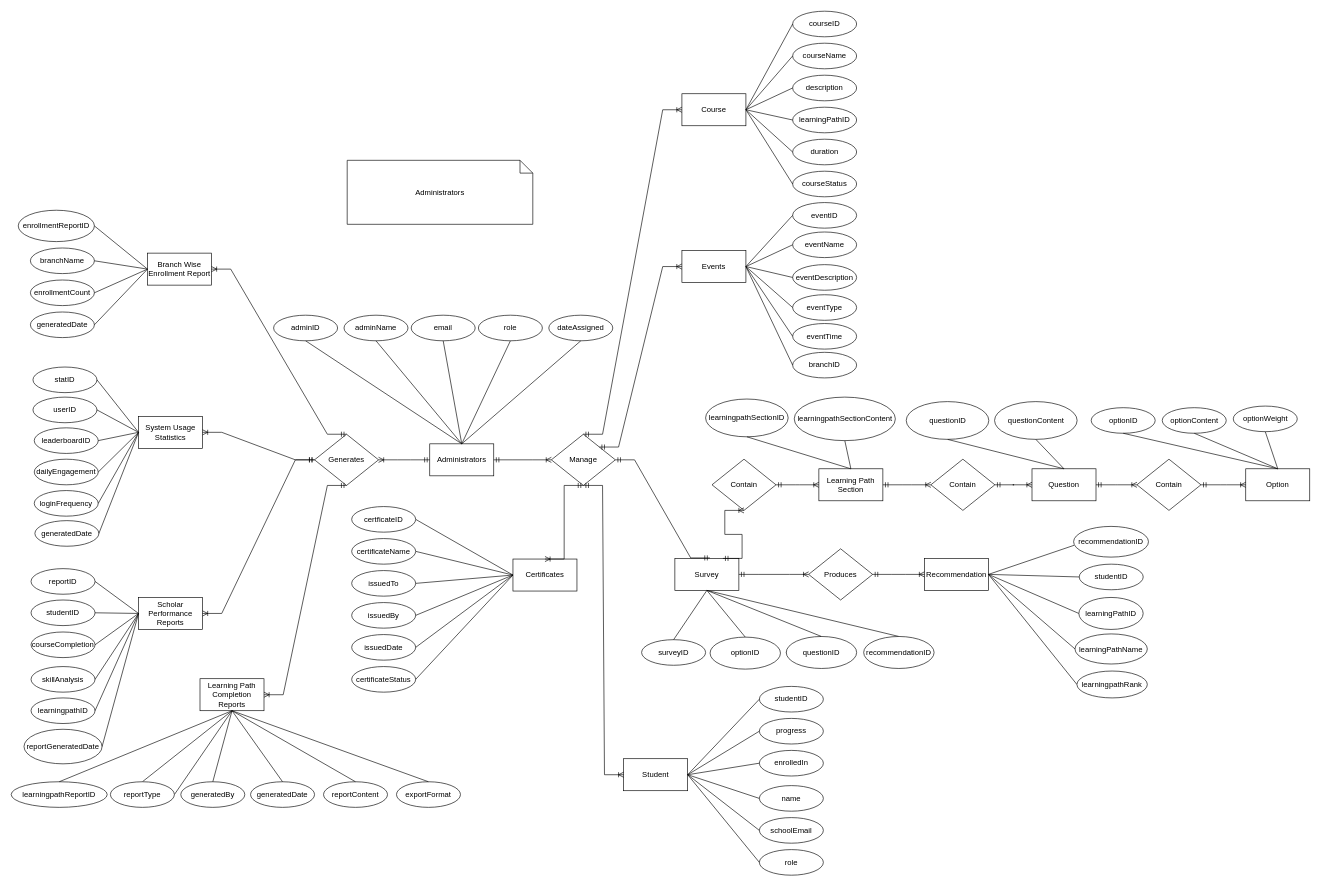
Earlier version of the draw.io diagram page "Page-4" (2 of 4) of SL-Activities/Task121/.drawio (rnrhltn/javanc3uc1). Source tidied: cells renumbered, new cells numbered last; positions are measured from the earlier drawing's top-left corner, leaving out a move shared by most shapes. Both pictures are drawn from the tidied source at 64%, with x=0, y=0 at pixel (11, 11).
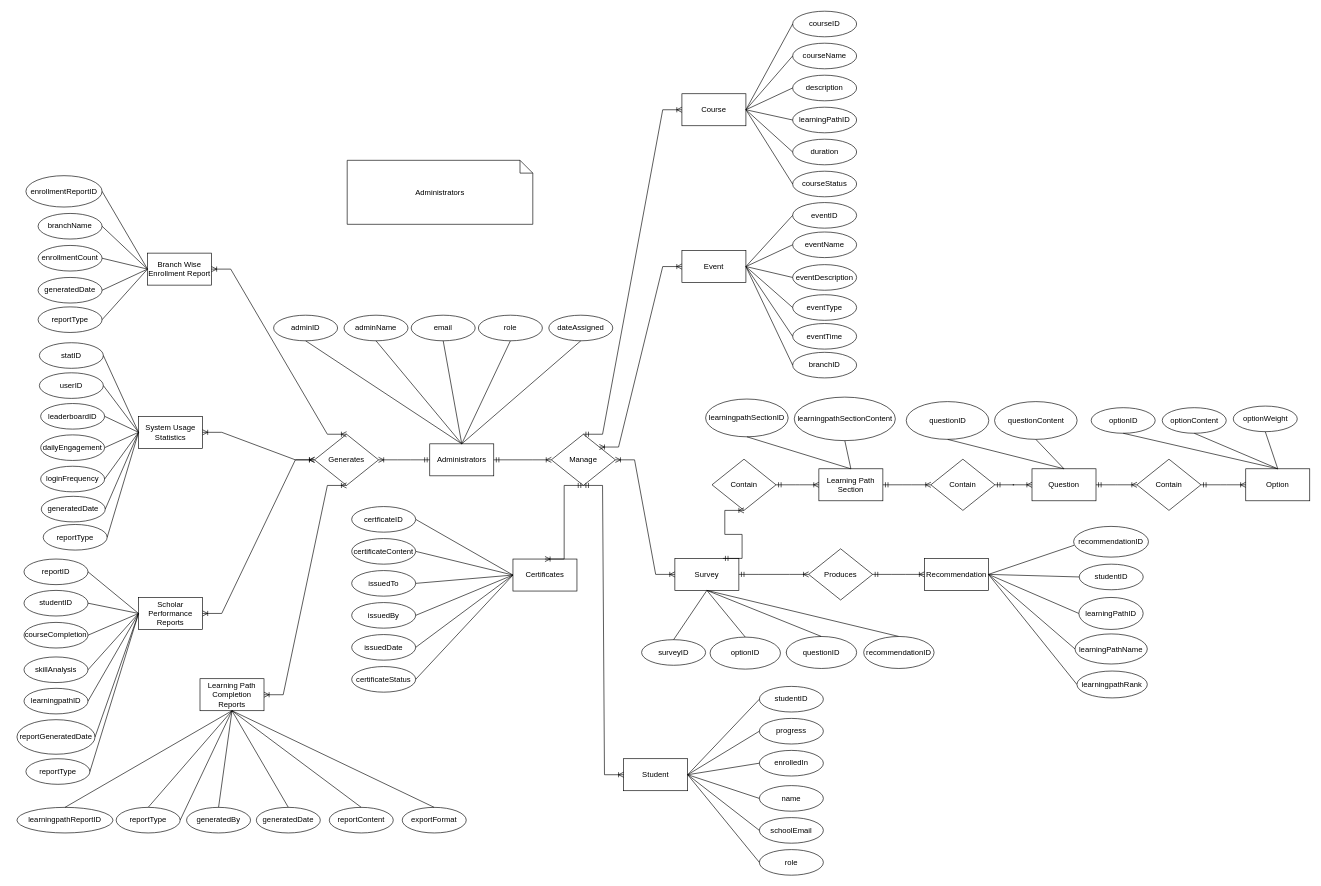
The same page after the edit.

The change refers to these unchanged cells:
```xml
<mxCell id="4" value="Manage" style="shape=rhombus;html=1;dashed=0;whiteSpace=wrap;perimeter=rhombusPerimeter;" parent="1" vertex="1">
  <mxGeometry x="844" y="661" width="100" height="80" as="geometry" />
</mxCell>
<mxCell id="13" value="Generates" style="shape=rhombus;html=1;dashed=0;whiteSpace=wrap;perimeter=rhombusPerimeter;" parent="1" vertex="1">
  <mxGeometry x="474" y="661" width="100" height="80" as="geometry" />
</mxCell>
<mxCell id="14" value="Branch Wise Enrollment Report" style="html=1;dashed=0;whiteSpace=wrap;" parent="1" vertex="1">
  <mxGeometry x="213" y="378" width="100" height="50" as="geometry" />
</mxCell>
<mxCell id="76" value="Learning Path Completion Reports" style="html=1;dashed=0;whiteSpace=wrap;" parent="1" vertex="1">
  <mxGeometry x="295" y="1043" width="100" height="50" as="geometry" />
</mxCell>
<mxCell id="89" value="System Usage Statistics" style="html=1;dashed=0;whiteSpace=wrap;" parent="1" vertex="1">
  <mxGeometry x="199" y="633" width="100" height="50" as="geometry" />
</mxCell>
<mxCell id="90" value="Scholar Performance Reports" style="html=1;dashed=0;whiteSpace=wrap;" parent="1" vertex="1">
  <mxGeometry x="199" y="916" width="100" height="50" as="geometry" />
</mxCell>
<mxCell id="137" value="Survey" style="html=1;dashed=0;whiteSpace=wrap;" parent="1" vertex="1">
  <mxGeometry x="1037" y="855" width="100" height="50" as="geometry" />
</mxCell>
```

Diff of the diagram source:
```diff
@@
-    <mxCell id="16" style="edgeStyle=entityRelationEdgeStyle;fontSize=12;html=1;endArrow=ERoneToMany;startArrow=ERmandOne;rounded=0;exitX=0.5;exitY=0;exitDx=0;exitDy=0;entryX=1;entryY=0.5;entryDx=0;entryDy=0;" parent="1" edge="1" source="13" target="14">
-      <mxGeometry relative="1" as="geometry" />
-    </mxCell>
     <mxCell id="17" value="enrollmentReportID" style="ellipse;whiteSpace=wrap;html=1;align=center;" parent="1" vertex="1">
-      <mxGeometry x="11" y="311" width="119" height="49" as="geometry" />
+      <mxGeometry x="23" y="257" width="119" height="49" as="geometry" />
     </mxCell>
@@
     <mxCell id="29" value="branchName" style="ellipse;whiteSpace=wrap;html=1;align=center;" parent="1" vertex="1">
-      <mxGeometry x="30" y="370" width="100" height="40" as="geometry" />
+      <mxGeometry x="42" y="316" width="100" height="40" as="geometry" />
     </mxCell>
     <mxCell id="30" value="enrollmentCount" style="ellipse;whiteSpace=wrap;html=1;align=center;" parent="1" vertex="1">
-      <mxGeometry x="30" y="420" width="100" height="40" as="geometry" />
+      <mxGeometry x="42" y="366" width="100" height="40" as="geometry" />
     </mxCell>
     <mxCell id="31" value="generatedDate" style="ellipse;whiteSpace=wrap;html=1;align=center;" parent="1" vertex="1">
-      <mxGeometry x="30" y="470" width="100" height="40" as="geometry" />
+      <mxGeometry x="42" y="416" width="100" height="40" as="geometry" />
     </mxCell>
@@
-    <mxCell id="67" value="certificateName" style="ellipse;whiteSpace=wrap;html=1;align=center;" parent="1" vertex="1">
+    <mxCell id="67" value="certificateContent" style="ellipse;whiteSpace=wrap;html=1;align=center;" parent="1" vertex="1">
       <mxGeometry x="532" y="824" width="100" height="40" as="geometry" />
     </mxCell>
@@
     <mxCell id="77" value="learningpathReportID" style="ellipse;whiteSpace=wrap;html=1;align=center;" parent="1" vertex="1">
-      <mxGeometry y="1204" width="150" height="40" as="geometry" />
+      <mxGeometry x="9" y="1244" width="150" height="40" as="geometry" />
     </mxCell>
@@
     <mxCell id="79" value="generatedBy" style="ellipse;whiteSpace=wrap;html=1;align=center;" parent="1" vertex="1">
-      <mxGeometry x="265" y="1204" width="100" height="40" as="geometry" />
+      <mxGeometry x="274" y="1244" width="100" height="40" as="geometry" />
     </mxCell>
     <mxCell id="80" value="generatedDate" style="ellipse;whiteSpace=wrap;html=1;align=center;" parent="1" vertex="1">
-      <mxGeometry x="374" y="1204" width="100" height="40" as="geometry" />
+      <mxGeometry x="383" y="1244" width="100" height="40" as="geometry" />
     </mxCell>
     <mxCell id="81" value="reportContent" style="ellipse;whiteSpace=wrap;html=1;align=center;" parent="1" vertex="1">
-      <mxGeometry x="488" y="1204" width="100" height="40" as="geometry" />
+      <mxGeometry x="497" y="1244" width="100" height="40" as="geometry" />
     </mxCell>
@@
     <mxCell id="86" value="exportFormat" style="ellipse;whiteSpace=wrap;html=1;align=center;" parent="1" vertex="1">
-      <mxGeometry x="602" y="1204" width="100" height="40" as="geometry" />
+      <mxGeometry x="611" y="1244" width="100" height="40" as="geometry" />
     </mxCell>
@@
-    <mxCell id="88" style="edgeStyle=entityRelationEdgeStyle;fontSize=12;html=1;endArrow=ERoneToMany;startArrow=ERmandOne;rounded=0;exitX=0.5;exitY=1;exitDx=0;exitDy=0;entryX=1;entryY=0.5;entryDx=0;entryDy=0;" parent="1" edge="1" source="13" target="76">
-      <mxGeometry relative="1" as="geometry" />
-    </mxCell>
@@
     <mxCell id="91" value="statID" style="ellipse;whiteSpace=wrap;html=1;align=center;" parent="1" vertex="1">
-      <mxGeometry x="34" y="556" width="100" height="40" as="geometry" />
+      <mxGeometry x="44" y="518" width="100" height="40" as="geometry" />
     </mxCell>
     <mxCell id="92" value="userID" style="ellipse;whiteSpace=wrap;html=1;align=center;" parent="1" vertex="1">
-      <mxGeometry x="34" y="603" width="100" height="40" as="geometry" />
+      <mxGeometry x="44" y="565" width="100" height="40" as="geometry" />
     </mxCell>
     <mxCell id="93" value="loginFrequency" style="ellipse;whiteSpace=wrap;html=1;align=center;" parent="1" vertex="1">
-      <mxGeometry x="36" y="749" width="100" height="40" as="geometry" />
+      <mxGeometry x="46" y="711" width="100" height="40" as="geometry" />
     </mxCell>
     <mxCell id="94" value="dailyEngagement" style="ellipse;whiteSpace=wrap;html=1;align=center;" parent="1" vertex="1">
-      <mxGeometry x="36" y="700" width="100" height="40" as="geometry" />
+      <mxGeometry x="46" y="662" width="100" height="40" as="geometry" />
     </mxCell>
     <mxCell id="95" value="leaderboardID" style="ellipse;whiteSpace=wrap;html=1;align=center;" parent="1" vertex="1">
-      <mxGeometry x="36" y="651" width="100" height="40" as="geometry" />
+      <mxGeometry x="46" y="613" width="100" height="40" as="geometry" />
     </mxCell>
     <mxCell id="96" value="reportID" style="ellipse;whiteSpace=wrap;html=1;align=center;" parent="1" vertex="1">
-      <mxGeometry x="31" y="871" width="100" height="40" as="geometry" />
+      <mxGeometry x="20" y="856" width="100" height="40" as="geometry" />
     </mxCell>
     <mxCell id="97" value="studentID" style="ellipse;whiteSpace=wrap;html=1;align=center;" parent="1" vertex="1">
-      <mxGeometry x="31" y="920" width="100" height="40" as="geometry" />
+      <mxGeometry x="20" y="905" width="100" height="40" as="geometry" />
     </mxCell>
     <mxCell id="98" value="courseCompletion" style="ellipse;whiteSpace=wrap;html=1;align=center;" parent="1" vertex="1">
-      <mxGeometry x="31" y="970" width="100" height="40" as="geometry" />
+      <mxGeometry x="20" y="955" width="100" height="40" as="geometry" />
     </mxCell>
     <mxCell id="99" value="skillAnalysis" style="ellipse;whiteSpace=wrap;html=1;align=center;" parent="1" vertex="1">
-      <mxGeometry x="31" y="1024" width="100" height="40" as="geometry" />
+      <mxGeometry x="20" y="1009" width="100" height="40" as="geometry" />
     </mxCell>
     <mxCell id="100" value="learningpathID" style="ellipse;whiteSpace=wrap;html=1;align=center;" parent="1" vertex="1">
-      <mxGeometry x="31" y="1073" width="100" height="40" as="geometry" />
+      <mxGeometry x="20" y="1058" width="100" height="40" as="geometry" />
     </mxCell>
     <mxCell id="101" value="generatedDate" style="ellipse;whiteSpace=wrap;html=1;align=center;" parent="1" vertex="1">
-      <mxGeometry x="37" y="796" width="100" height="40" as="geometry" />
+      <mxGeometry x="47" y="758" width="100" height="40" as="geometry" />
     </mxCell>
     <mxCell id="102" value="reportGeneratedDate" style="ellipse;whiteSpace=wrap;html=1;align=center;" parent="1" vertex="1">
-      <mxGeometry x="20" y="1122" width="122" height="54" as="geometry" />
+      <mxGeometry x="9" y="1107" width="122" height="54" as="geometry" />
     </mxCell>
@@
-    <mxCell id="115" style="edgeStyle=entityRelationEdgeStyle;fontSize=12;html=1;endArrow=ERoneToMany;startArrow=ERmandOne;rounded=0;exitX=0;exitY=0.5;exitDx=0;exitDy=0;entryX=1;entryY=0.5;entryDx=0;entryDy=0;" parent="1" edge="1" source="13" target="89">
-      <mxGeometry relative="1" as="geometry" />
-    </mxCell>
-    <mxCell id="116" style="edgeStyle=entityRelationEdgeStyle;fontSize=12;html=1;endArrow=ERoneToMany;startArrow=ERmandOne;rounded=0;entryX=1;entryY=0.5;entryDx=0;entryDy=0;exitX=0;exitY=0.5;exitDx=0;exitDy=0;" parent="1" edge="1" source="13" target="90">
-      <mxGeometry relative="1" as="geometry" />
-    </mxCell>
@@
     <mxCell id="118" value="reportType" style="ellipse;whiteSpace=wrap;html=1;align=center;" parent="1" vertex="1">
-      <mxGeometry x="155" y="1204" width="100" height="40" as="geometry" />
+      <mxGeometry x="164" y="1244" width="100" height="40" as="geometry" />
     </mxCell>
@@
-    <mxCell id="127" value="Events" style="html=1;dashed=0;whiteSpace=wrap;" parent="1" vertex="1">
+    <mxCell id="127" value="Event" style="html=1;dashed=0;whiteSpace=wrap;" parent="1" vertex="1">
       <mxGeometry x="1048" y="374" width="100" height="50" as="geometry" />
     </mxCell>
-    <mxCell id="128" style="edgeStyle=entityRelationEdgeStyle;fontSize=12;html=1;endArrow=ERoneToMany;startArrow=ERmandOne;rounded=0;entryX=0;entryY=0.5;entryDx=0;entryDy=0;exitX=1;exitY=0;exitDx=0;exitDy=0;" parent="1" edge="1" source="4" target="127">
-      <mxGeometry relative="1" as="geometry" />
-    </mxCell>
@@
-    <mxCell id="138" style="edgeStyle=entityRelationEdgeStyle;fontSize=12;html=1;endArrow=ERmandOne;startArrow=ERmandOne;rounded=0;exitX=1;exitY=0.5;exitDx=0;exitDy=0;entryX=0.547;entryY=-0.015;entryDx=0;entryDy=0;entryPerimeter=0;" parent="1" edge="1" source="4" target="137">
-      <mxGeometry relative="1" as="geometry" />
-    </mxCell>
@@
+    <mxCell id="179" style="edgeStyle=entityRelationEdgeStyle;fontSize=12;html=1;endArrow=ERoneToMany;startArrow=ERoneToMany;rounded=0;entryX=0.5;entryY=0;entryDx=0;entryDy=0;exitX=1;exitY=0.5;exitDx=0;exitDy=0;" parent="1" edge="1" source="14" target="13">
+      <mxGeometry relative="1" as="geometry" />
+    </mxCell>
+    <mxCell id="180" style="edgeStyle=entityRelationEdgeStyle;fontSize=12;html=1;endArrow=ERoneToMany;startArrow=ERoneToMany;rounded=0;entryX=0;entryY=0.5;entryDx=0;entryDy=0;exitX=1;exitY=0.5;exitDx=0;exitDy=0;" parent="1" edge="1" source="89" target="13">
+      <mxGeometry relative="1" as="geometry" />
+    </mxCell>
+    <mxCell id="181" style="edgeStyle=entityRelationEdgeStyle;fontSize=12;html=1;endArrow=ERoneToMany;startArrow=ERoneToMany;rounded=0;entryX=0;entryY=0.5;entryDx=0;entryDy=0;exitX=1;exitY=0.5;exitDx=0;exitDy=0;" parent="1" edge="1" source="90" target="13">
+      <mxGeometry relative="1" as="geometry" />
+    </mxCell>
+    <mxCell id="182" style="edgeStyle=entityRelationEdgeStyle;fontSize=12;html=1;endArrow=ERoneToMany;startArrow=ERoneToMany;rounded=0;entryX=0.5;entryY=1;entryDx=0;entryDy=0;exitX=1;exitY=0.5;exitDx=0;exitDy=0;" parent="1" edge="1" source="76" target="13">
+      <mxGeometry relative="1" as="geometry" />
+    </mxCell>
+    <mxCell id="183" style="edgeStyle=entityRelationEdgeStyle;fontSize=12;html=1;endArrow=ERoneToMany;startArrow=ERoneToMany;rounded=0;entryX=1;entryY=0;entryDx=0;entryDy=0;exitX=0;exitY=0.5;exitDx=0;exitDy=0;" parent="1" edge="1" source="127" target="4">
+      <mxGeometry relative="1" as="geometry" />
+    </mxCell>
+    <mxCell id="184" style="edgeStyle=entityRelationEdgeStyle;fontSize=12;html=1;endArrow=ERoneToMany;startArrow=ERoneToMany;rounded=0;entryX=1;entryY=0.5;entryDx=0;entryDy=0;exitX=0;exitY=0.5;exitDx=0;exitDy=0;" parent="1" edge="1" source="137" target="4">
+      <mxGeometry relative="1" as="geometry" />
+    </mxCell>
+    <mxCell id="185" value="reportType" style="ellipse;whiteSpace=wrap;html=1;align=center;" parent="1" vertex="1">
+      <mxGeometry x="42" y="462" width="100" height="40" as="geometry" />
+    </mxCell>
+    <mxCell id="186" style="endArrow=none;html=1;rounded=0;entryX=0;entryY=0.5;entryDx=0;entryDy=0;exitX=1;exitY=0.5;exitDx=0;exitDy=0;" parent="1" edge="1" source="185" target="14">
+      <mxGeometry relative="1" as="geometry" />
+    </mxCell>
+    <mxCell id="187" value="reportType" style="ellipse;whiteSpace=wrap;html=1;align=center;" parent="1" vertex="1">
+      <mxGeometry x="50" y="802" width="100" height="40" as="geometry" />
+    </mxCell>
+    <mxCell id="188" style="endArrow=none;html=1;rounded=0;entryX=0;entryY=0.5;entryDx=0;entryDy=0;exitX=1;exitY=0.5;exitDx=0;exitDy=0;" parent="1" edge="1" source="187" target="89">
+      <mxGeometry relative="1" as="geometry" />
+    </mxCell>
+    <mxCell id="189" value="reportType" style="ellipse;whiteSpace=wrap;html=1;align=center;" parent="1" vertex="1">
+      <mxGeometry x="23" y="1168" width="100" height="40" as="geometry" />
+    </mxCell>
+    <mxCell id="190" style="endArrow=none;html=1;rounded=0;entryX=0;entryY=0.5;entryDx=0;entryDy=0;exitX=1;exitY=0.5;exitDx=0;exitDy=0;" parent="1" edge="1" source="189" target="90">
+      <mxGeometry relative="1" as="geometry" />
+    </mxCell>
```
